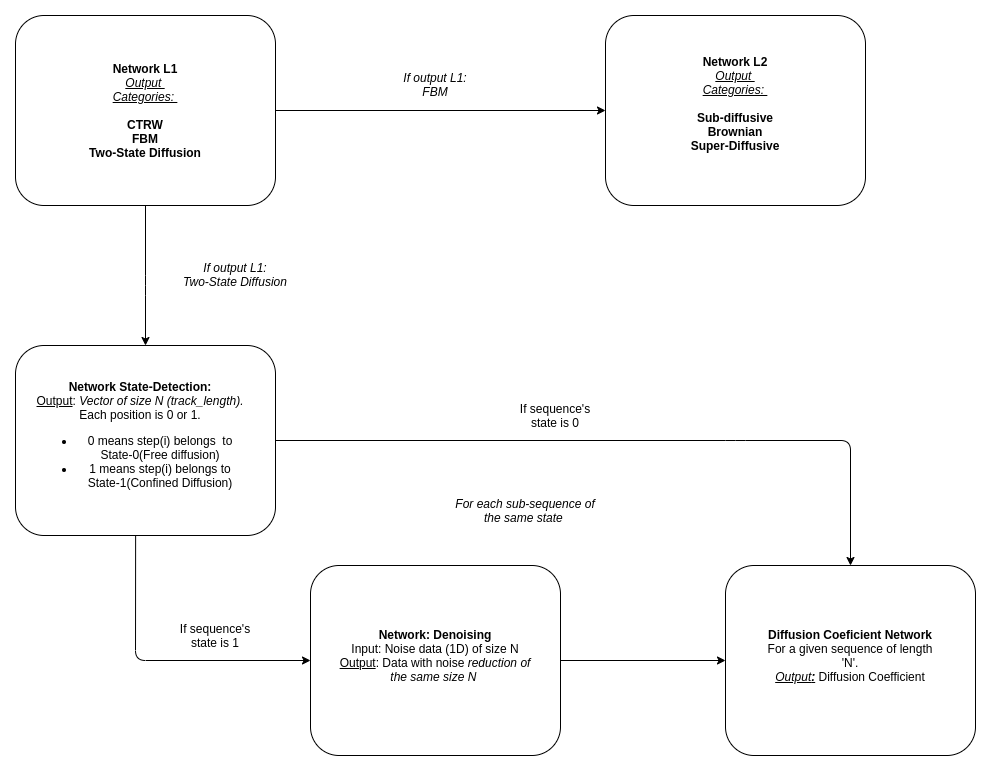
The draw.io diagram models/networks_diagram.png in hectorbm/DL_anomalous_diffusion, before a commit. Source tidied: cells renumbered, new cells last; positions are measured from the earlier drawing's top-left corner, leaving out a move shared by most shapes.
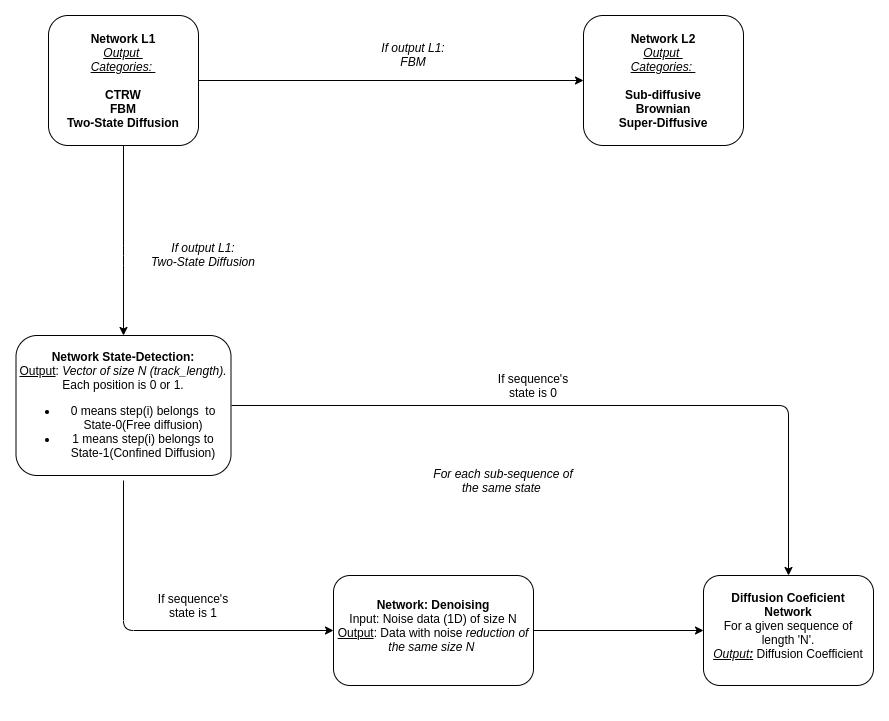
The same diagram one commit later.

The edit, as a diff of the source:
```diff
@@ -2,43 +2,40 @@
   <root>
     <mxCell id="0" />
     <mxCell id="1" parent="0" />
+    <mxCell id="17" style="rounded=1;whiteSpace=wrap;html=1;" parent="1" vertex="1">
+      <mxGeometry x="340" y="590" width="200" height="110" as="geometry" />
+    </mxCell>
     <mxCell id="2" style="rounded=1;whiteSpace=wrap;html=1;" parent="1" vertex="1">
-      <mxGeometry width="260" height="190" as="geometry" />
+      <mxGeometry x="55" y="30" width="150" height="130" as="geometry" />
     </mxCell>
     <mxCell id="3" value="&lt;b&gt;Network L1&lt;/b&gt;&lt;br&gt;&lt;i&gt;&lt;u&gt;Output &lt;br&gt;Categories: &lt;br&gt;&lt;/u&gt;&lt;/i&gt;&lt;br&gt;&lt;b&gt;CTRW&lt;br&gt;FBM&lt;br&gt;Two-State Diffusion&lt;/b&gt;" style="text;html=1;strokeColor=none;fillColor=none;align=center;verticalAlign=middle;whiteSpace=wrap;rounded=0;" parent="1" vertex="1">
       <mxGeometry x="60" y="57.5" width="140" height="75" as="geometry" />
     </mxCell>
-    <mxCell id="4" style="rounded=1;whiteSpace=wrap;html=1;" parent="1" vertex="1">
-      <mxGeometry x="590" width="260" height="190" as="geometry" />
-    </mxCell>
     <mxCell id="5" value="&lt;i&gt;If output L1:&lt;br&gt;FBM&lt;/i&gt;" style="text;html=1;strokeColor=none;fillColor=none;align=center;verticalAlign=middle;whiteSpace=wrap;rounded=0;" parent="1" vertex="1">
       <mxGeometry x="320" y="40" width="200" height="57.5" as="geometry" />
     </mxCell>
-    <mxCell id="6" value="&lt;b&gt;Network L2&lt;/b&gt;&lt;br&gt;&lt;i&gt;&lt;u&gt;Output &lt;br&gt;Categories: &lt;br&gt;&lt;/u&gt;&lt;/i&gt;&lt;br&gt;&lt;b&gt;Sub-diffusive&lt;br&gt;Brownian&lt;br&gt;Super-Diffusive&lt;br&gt;&lt;/b&gt;" style="text;html=1;strokeColor=none;fillColor=none;align=center;verticalAlign=middle;whiteSpace=wrap;rounded=0;" parent="1" vertex="1">
-      <mxGeometry x="650" y="50" width="140" height="75" as="geometry" />
-    </mxCell>
     <mxCell id="7" value="&lt;i&gt;If output L1:&lt;br&gt;Two-State Diffusion&lt;/i&gt;" style="text;html=1;strokeColor=none;fillColor=none;align=center;verticalAlign=middle;whiteSpace=wrap;rounded=0;" parent="1" vertex="1">
-      <mxGeometry x="120" y="230" width="200" height="57.5" as="geometry" />
+      <mxGeometry x="110" y="240" width="200" height="57.5" as="geometry" />
     </mxCell>
     <mxCell id="8" style="rounded=1;whiteSpace=wrap;html=1;" parent="1" vertex="1">
-      <mxGeometry y="330" width="260" height="190" as="geometry" />
+      <mxGeometry x="22.5" y="350" width="215" height="140" as="geometry" />
     </mxCell>
     <mxCell id="9" value="&lt;b&gt;Network State-Detection:&lt;/b&gt;&lt;br&gt;&lt;u&gt;Output&lt;/u&gt;: &lt;i&gt;Vector of size N (track_length).&lt;/i&gt;&lt;br&gt;Each position is 0 or 1.&lt;br&gt;&lt;ul&gt;&lt;li&gt;0 means step(i) belongs&amp;nbsp; to State-0(Free diffusion)&lt;/li&gt;&lt;li&gt;1 means step(i) belongs to State-1(Confined Diffusion)&lt;/li&gt;&lt;/ul&gt;" style="text;html=1;strokeColor=none;fillColor=none;align=center;verticalAlign=middle;whiteSpace=wrap;rounded=0;" parent="1" vertex="1">
-      <mxGeometry x="20" y="355" width="210" height="140" as="geometry" />
+      <mxGeometry x="25" y="355" width="210" height="140" as="geometry" />
     </mxCell>
-    <mxCell id="10" style="endArrow=classic;html=1;exitX=1;exitY=0.5;exitDx=0;exitDy=0;entryX=0.5;entryY=0;entryDx=0;entryDy=0;" parent="1" edge="1" source="8" target="11">
+    <mxCell id="10" style="endArrow=classic;html=1;entryX=0.5;entryY=0;entryDx=0;entryDy=0;" parent="1" edge="1" target="11">
       <mxGeometry relative="1" as="geometry">
+        <mxPoint x="238" y="420" as="sourcePoint" />
         <Array as="points">
-          <mxPoint x="720" y="425" />
-          <mxPoint x="835" y="425" />
+          <mxPoint x="795" y="420" />
         </Array>
       </mxGeometry>
     </mxCell>
     <mxCell id="11" style="rounded=1;whiteSpace=wrap;html=1;" parent="1" vertex="1">
-      <mxGeometry x="710" y="550" width="250" height="190" as="geometry" />
+      <mxGeometry x="710" y="590" width="170" height="110" as="geometry" />
     </mxCell>
     <mxCell id="12" value="&lt;b&gt;Diffusion Coeficient Network&lt;/b&gt;&lt;br&gt;For a given sequence of length 'N'.&lt;br&gt;&lt;i&gt;&lt;u&gt;Output&lt;b&gt;:&lt;/b&gt;&lt;/u&gt;&lt;/i&gt; Diffusion Coefficient" style="text;html=1;strokeColor=none;fillColor=none;align=center;verticalAlign=middle;whiteSpace=wrap;rounded=0;" parent="1" vertex="1">
-      <mxGeometry x="745" y="560" width="180" height="160" as="geometry" />
+      <mxGeometry x="715" y="560" width="160" height="160" as="geometry" />
     </mxCell>
     <mxCell id="13" value="&lt;i&gt;For each sub-sequence of the same state&amp;nbsp;&lt;/i&gt;" style="text;html=1;strokeColor=none;fillColor=none;align=center;verticalAlign=middle;whiteSpace=wrap;rounded=0;" parent="1" vertex="1">
       <mxGeometry x="430" y="440" width="160" height="110" as="geometry" />
@@ -49,18 +46,15 @@
     <mxCell id="15" value="If sequence's state is 1" style="text;html=1;strokeColor=none;fillColor=none;align=center;verticalAlign=middle;whiteSpace=wrap;rounded=0;" parent="1" vertex="1">
       <mxGeometry x="150" y="610" width="100" height="20" as="geometry" />
     </mxCell>
-    <mxCell id="16" style="endArrow=classic;html=1;exitX=0.462;exitY=1;exitDx=0;exitDy=0;exitPerimeter=0;entryX=0;entryY=0.5;entryDx=0;entryDy=0;" parent="1" edge="1" source="8" target="17">
+    <mxCell id="16" style="endArrow=classic;html=1;exitX=0.5;exitY=1;exitDx=0;exitDy=0;entryX=0;entryY=0.5;entryDx=0;entryDy=0;" parent="1" edge="1" source="9" target="17">
       <mxGeometry relative="1" as="geometry">
         <Array as="points">
-          <mxPoint x="120" y="645" />
+          <mxPoint x="130" y="645" />
         </Array>
       </mxGeometry>
     </mxCell>
-    <mxCell id="17" style="rounded=1;whiteSpace=wrap;html=1;" parent="1" vertex="1">
-      <mxGeometry x="295" y="550" width="250" height="190" as="geometry" />
-    </mxCell>
     <mxCell id="18" value="&lt;b&gt;Network: Denoising&lt;br&gt;&lt;/b&gt;Input: Noise data (1D) of size N&lt;br&gt;&lt;u&gt;Output&lt;/u&gt;: Data with noise&lt;i&gt;&amp;nbsp;reduction of the same size N&amp;nbsp;&lt;/i&gt;" style="text;html=1;strokeColor=none;fillColor=none;align=center;verticalAlign=middle;whiteSpace=wrap;rounded=0;" parent="1" vertex="1">
-      <mxGeometry x="315" y="570" width="210" height="140" as="geometry" />
+      <mxGeometry x="341.2" y="570" width="197.5" height="140" as="geometry" />
     </mxCell>
     <mxCell id="19" style="endArrow=classic;html=1;" parent="1" edge="1" source="17">
       <mxGeometry relative="1" as="geometry">
@@ -74,8 +68,16 @@
         </Array>
       </mxGeometry>
     </mxCell>
-    <mxCell id="21" style="endArrow=classic;html=1;exitX=1;exitY=0.5;exitDx=0;exitDy=0;entryX=0;entryY=0.5;entryDx=0;entryDy=0;" parent="1" edge="1" source="2" target="4">
-      <mxGeometry relative="1" as="geometry" />
+    <mxCell id="21" style="endArrow=classic;html=1;exitX=1;exitY=0.5;exitDx=0;exitDy=0;entryX=0;entryY=0.5;entryDx=0;entryDy=0;" parent="1" edge="1" source="2">
+      <mxGeometry relative="1" as="geometry">
+        <mxPoint x="590" y="95" as="targetPoint" />
+      </mxGeometry>
     </mxCell>
+    <mxCell id="22" style="rounded=1;whiteSpace=wrap;html=1;" parent="1" vertex="1">
+      <mxGeometry x="590" y="30" width="160" height="130" as="geometry" />
+    </mxCell>
+    <mxCell id="6" value="&lt;b&gt;Network L2&lt;/b&gt;&lt;br&gt;&lt;i&gt;&lt;u&gt;Output &lt;br&gt;Categories: &lt;br&gt;&lt;/u&gt;&lt;/i&gt;&lt;br&gt;&lt;b&gt;Sub-diffusive&lt;br&gt;Brownian&lt;br&gt;Super-Diffusive&lt;br&gt;&lt;/b&gt;" style="text;html=1;strokeColor=none;fillColor=none;align=center;verticalAlign=middle;whiteSpace=wrap;rounded=0;" parent="1" vertex="1">
+      <mxGeometry x="600" y="57.5" width="140" height="75" as="geometry" />
+    </mxCell>
   </root>
 </mxGraphModel>
```
